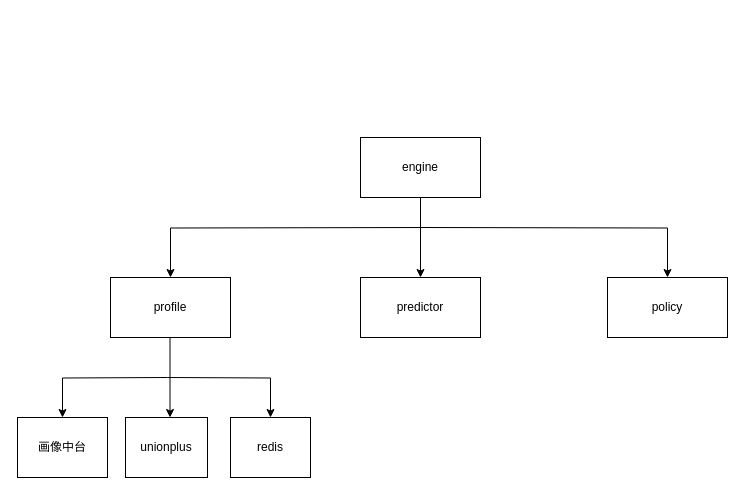
This is engineering/算法工程架构.drawio from gydong/graphs, a draw.io file, before an edit. Source tidied: cells renumbered, new cells numbered last; positions are measured from the earlier drawing's top-left corner, leaving out a move shared by most shapes. Both pictures are drawn from the tidied source at 100%, with x=0, y=0 at pixel (17, 137).
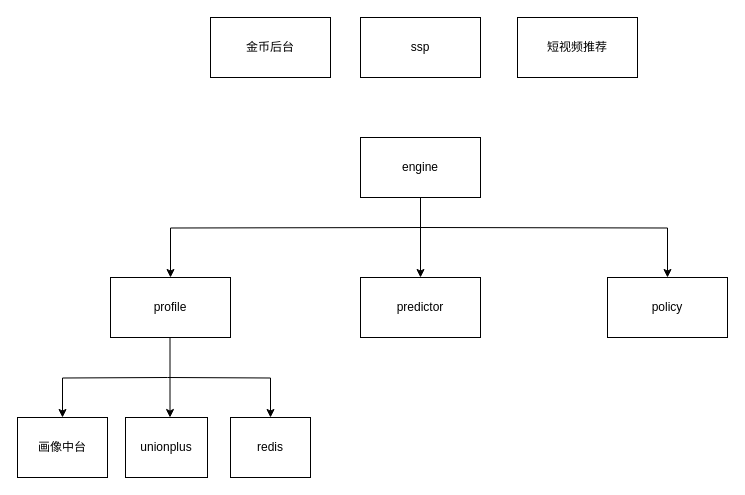
The same page after the edit.

Commit message (it also covers changes not shown here):
更新算法工程架构.drawio

What changed in the source:
```diff
@@
+    <mxCell id="15" value="金币后台" style="rounded=0;whiteSpace=wrap;html=1;" parent="1" vertex="1">
+      <mxGeometry x="193" y="-120" width="120" height="60" as="geometry" />
+    </mxCell>
+    <mxCell id="16" value="ssp" style="rounded=0;whiteSpace=wrap;html=1;" parent="1" vertex="1">
+      <mxGeometry x="343" y="-120" width="120" height="60" as="geometry" />
+    </mxCell>
+    <mxCell id="17" value="短视频推荐" style="rounded=0;whiteSpace=wrap;html=1;" parent="1" vertex="1">
+      <mxGeometry x="500" y="-120" width="120" height="60" as="geometry" />
+    </mxCell>
```
